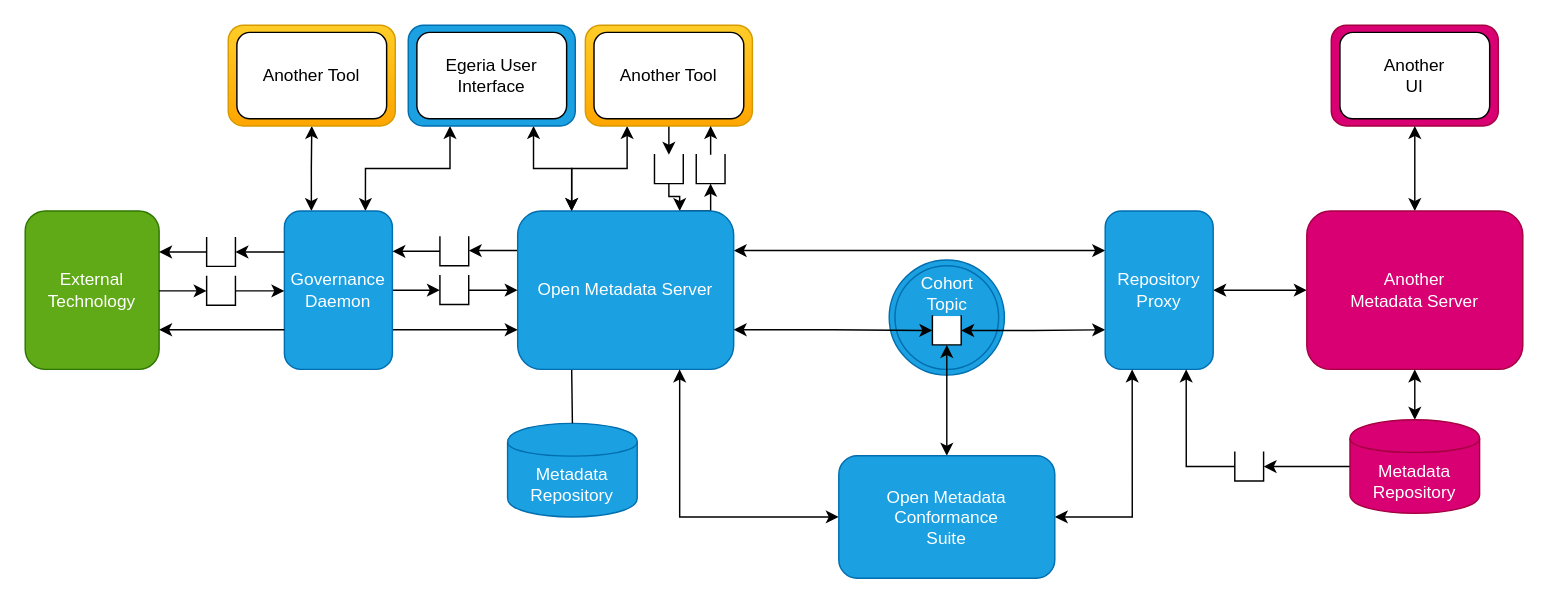
Above: page "server-ecosytem" (3 of 13) of open-metadata-implementation/admin-services/docs/egeria-operations.drawio in planetf1/egeria (draw.io), before the change. Source tidied: cells renumbered, new cells numbered last; positions are measured from the earlier drawing's top-left corner, leaving out a move shared by most shapes. Both pictures are drawn from the tidied source at 144%, with x=0, y=0 at pixel (24, 24).
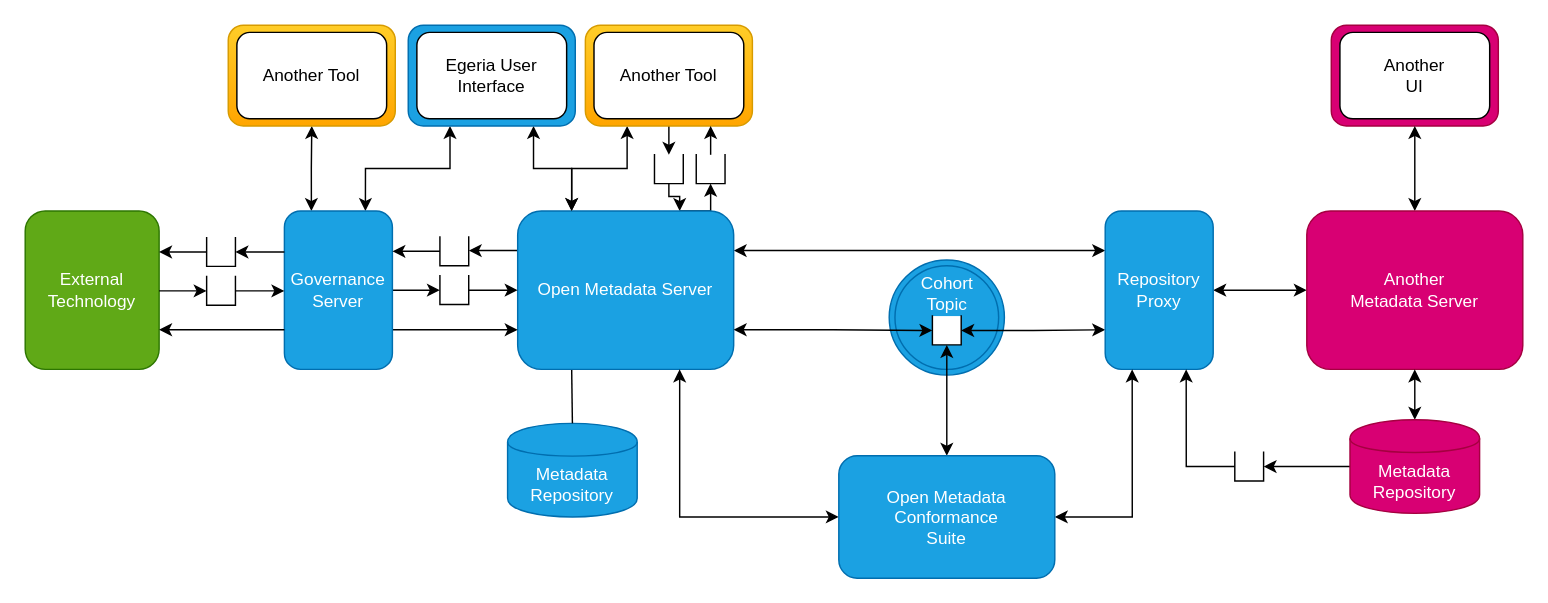
The same diagram, later.

Change to the diagram source:
```diff
@@
-    <mxCell id="16" value="Governance&lt;br&gt;Daemon&lt;br&gt;" style="rounded=1;whiteSpace=wrap;html=1;fillColor=#1ba1e2;strokeColor=#006EAF;fontColor=#ffffff;" parent="1" vertex="1">
+    <mxCell id="16" value="Governance&lt;br&gt;Server" style="rounded=1;whiteSpace=wrap;html=1;fillColor=#1ba1e2;strokeColor=#006EAF;fontColor=#ffffff;" parent="1" vertex="1">
       <mxGeometry x="180" y="129" width="75" height="110" as="geometry" />
     </mxCell>
```
